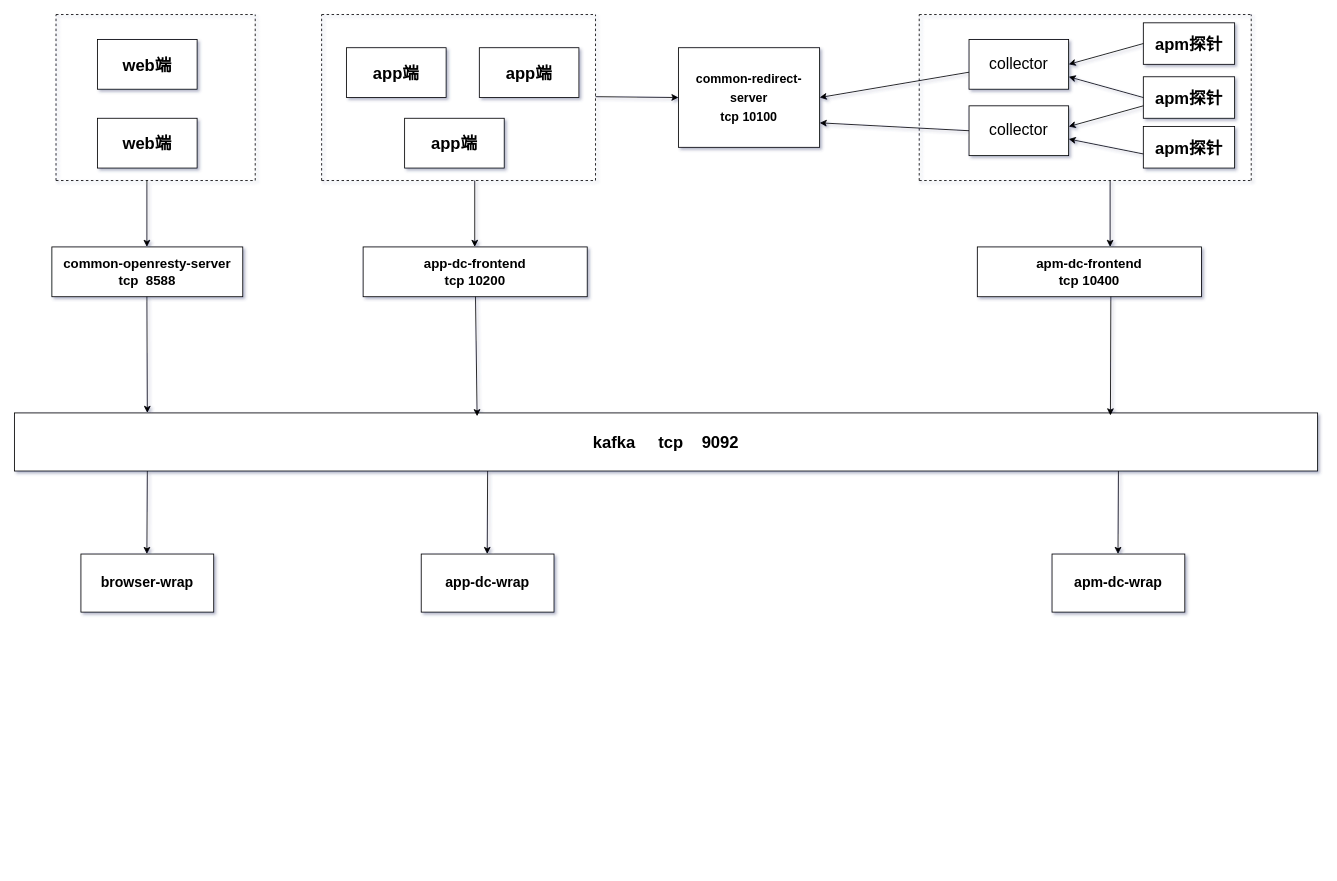
zeng0550/free-programming-books keeps this draw.io diagram as 未命名绘图.drawio. Above is the earlier version. Source tidied: cells renumbered, new cells numbered last; positions are measured from the earlier drawing's top-left corner, leaving out a move shared by most shapes. Both pictures are drawn from the tidied source at 83%, with x=0, y=0 at pixel (14, 14).
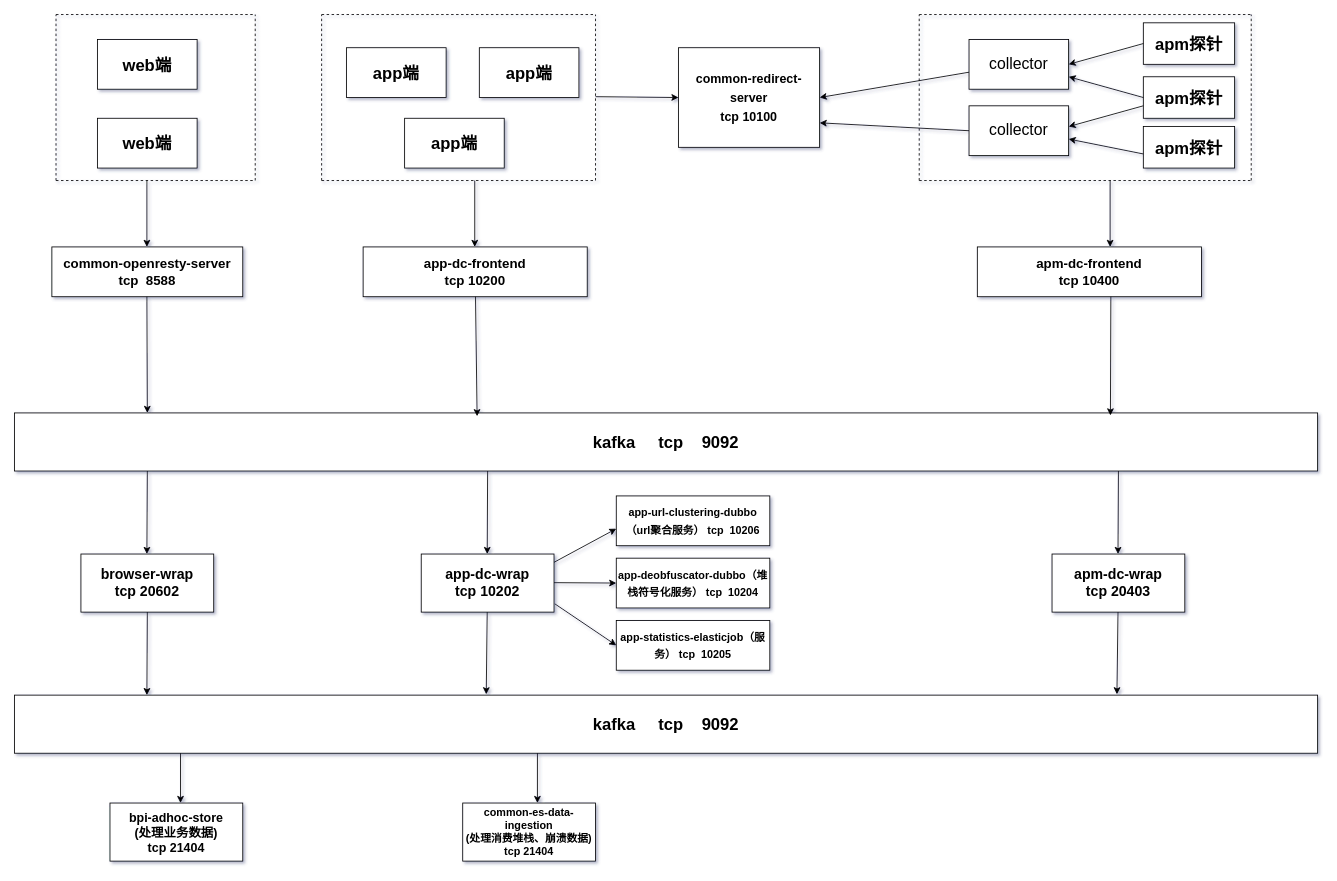
After the change.

What changed in the source:
```diff
@@
-    <mxCell id="42" value="&lt;font style=&quot;font-size: 17px&quot;&gt;&lt;b&gt;browser-wrap&lt;/b&gt;&lt;/font&gt;" style="rounded=0;whiteSpace=wrap;html=1;" parent="1" vertex="1">
+    <mxCell id="42" value="&lt;font style=&quot;font-size: 17px&quot;&gt;&lt;b&gt;browser-wrap&lt;br&gt;tcp 20602&lt;br&gt;&lt;/b&gt;&lt;/font&gt;" style="rounded=0;whiteSpace=wrap;html=1;" parent="1" vertex="1">
       <mxGeometry x="80" y="650" width="160" height="70" as="geometry" />
     </mxCell>
@@
-    <mxCell id="44" value="&lt;font style=&quot;font-size: 17px&quot;&gt;&lt;b&gt;app-dc-wrap&lt;/b&gt;&lt;/font&gt;" style="rounded=0;whiteSpace=wrap;html=1;" parent="1" vertex="1">
+    <mxCell id="44" value="&lt;font style=&quot;font-size: 17px&quot;&gt;&lt;b&gt;app-dc-wrap&lt;br&gt;tcp 10202&lt;br&gt;&lt;/b&gt;&lt;/font&gt;" style="rounded=0;whiteSpace=wrap;html=1;" parent="1" vertex="1">
       <mxGeometry x="490" y="650" width="160" height="70" as="geometry" />
     </mxCell>
@@
-    <mxCell id="46" value="&lt;font style=&quot;font-size: 17px&quot;&gt;&lt;b&gt;apm-dc-wrap&lt;/b&gt;&lt;/font&gt;" style="rounded=0;whiteSpace=wrap;html=1;" parent="1" vertex="1">
+    <mxCell id="46" value="&lt;font style=&quot;font-size: 17px&quot;&gt;&lt;b&gt;apm-dc-wrap&lt;br&gt;tcp 20403&lt;br&gt;&lt;/b&gt;&lt;/font&gt;" style="rounded=0;whiteSpace=wrap;html=1;" parent="1" vertex="1">
       <mxGeometry x="1250" y="650" width="160" height="70" as="geometry" />
     </mxCell>
@@
+    <mxCell id="48" value="&lt;b&gt;kafka&amp;nbsp; &amp;nbsp; &amp;nbsp;tcp&amp;nbsp; &amp;nbsp; 9092&lt;/b&gt;" style="rounded=0;whiteSpace=wrap;html=1;fontSize=20;" parent="1" vertex="1">
+      <mxGeometry y="820" width="1570" height="70" as="geometry" />
+    </mxCell>
+    <mxCell id="49" value="&lt;b&gt;&lt;font style=&quot;font-size: 13px&quot;&gt;app-url-clustering-dubbo（url聚合服务） tcp&amp;nbsp; 10206&lt;/font&gt;&lt;/b&gt;" style="rounded=0;whiteSpace=wrap;html=1;fontSize=17;" parent="1" vertex="1">
+      <mxGeometry x="725" y="580" width="185" height="60" as="geometry" />
+    </mxCell>
+    <mxCell id="50" value="&lt;font&gt;&lt;span style=&quot;font-size: 13px&quot;&gt;&lt;b&gt;app-deobfuscator-dubbo（堆栈符号化服务） tcp&amp;nbsp; 10204&lt;/b&gt;&lt;/span&gt;&lt;/font&gt;" style="rounded=0;whiteSpace=wrap;html=1;fontSize=17;" parent="1" vertex="1">
+      <mxGeometry x="725" y="655" width="185" height="60" as="geometry" />
+    </mxCell>
+    <mxCell id="51" value="&lt;font&gt;&lt;span style=&quot;font-size: 13px&quot;&gt;&lt;b&gt;app-statistics-elasticjob&lt;/b&gt;&lt;/span&gt;&lt;b style=&quot;font-size: 13px&quot;&gt;（服务） tcp&amp;nbsp; 10205&lt;/b&gt;&lt;/font&gt;" style="rounded=0;whiteSpace=wrap;html=1;fontSize=17;" parent="1" vertex="1">
+      <mxGeometry x="725" y="730" width="185" height="60" as="geometry" />
+    </mxCell>
+    <mxCell id="52" style="endArrow=classic;html=1;rounded=0;fontSize=13;" parent="1" edge="1">
+      <mxGeometry relative="1" as="geometry">
+        <mxPoint x="650" y="660" as="sourcePoint" />
+        <mxPoint x="725" y="619.5" as="targetPoint" />
+      </mxGeometry>
+    </mxCell>
+    <mxCell id="53" style="endArrow=classic;html=1;rounded=0;fontSize=13;exitX=1.006;exitY=0.857;exitDx=0;exitDy=0;exitPerimeter=0;entryX=0;entryY=0.5;entryDx=0;entryDy=0;" parent="1" edge="1" source="44" target="51">
+      <mxGeometry relative="1" as="geometry" />
+    </mxCell>
+    <mxCell id="54" style="endArrow=classic;html=1;rounded=0;fontSize=13;exitX=1.006;exitY=0.857;exitDx=0;exitDy=0;exitPerimeter=0;entryX=0;entryY=0.5;entryDx=0;entryDy=0;" parent="1" edge="1" target="50">
+      <mxGeometry relative="1" as="geometry">
+        <mxPoint x="650" y="684.5" as="sourcePoint" />
+      </mxGeometry>
+    </mxCell>
+    <mxCell id="55" style="endArrow=classic;html=1;rounded=0;fontSize=13;entryX=0.362;entryY=-0.014;entryDx=0;entryDy=0;entryPerimeter=0;" parent="1" edge="1" target="48">
+      <mxGeometry relative="1" as="geometry">
+        <mxPoint x="569.5" y="720" as="sourcePoint" />
+      </mxGeometry>
+    </mxCell>
+    <mxCell id="56" style="endArrow=classic;html=1;rounded=0;fontSize=13;entryX=0.846;entryY=-0.014;entryDx=0;entryDy=0;entryPerimeter=0;" parent="1" edge="1" target="48">
+      <mxGeometry relative="1" as="geometry">
+        <mxPoint x="1329.5" y="720" as="sourcePoint" />
+      </mxGeometry>
+    </mxCell>
+    <mxCell id="57" style="endArrow=classic;html=1;rounded=0;fontSize=17;" parent="1" edge="1">
+      <mxGeometry relative="1" as="geometry">
+        <mxPoint x="160" y="720" as="sourcePoint" />
+        <mxPoint x="159.5" y="820" as="targetPoint" />
+      </mxGeometry>
+    </mxCell>
+    <mxCell id="58" value="&lt;font style=&quot;font-size: 15px&quot;&gt;&lt;span&gt;&lt;b&gt;bpi-adhoc-store&lt;/b&gt;&lt;/span&gt;&lt;br&gt;&lt;b&gt;(处理业务数据)&lt;br&gt;tcp 21404&lt;/b&gt;&lt;br&gt;&lt;/font&gt;" style="rounded=0;whiteSpace=wrap;html=1;" parent="1" vertex="1">
+      <mxGeometry x="115" y="950" width="160" height="70" as="geometry" />
+    </mxCell>
+    <mxCell id="59" style="endArrow=classic;html=1;rounded=0;fontSize=17;" parent="1" edge="1">
+      <mxGeometry relative="1" as="geometry">
+        <mxPoint x="200" y="890" as="sourcePoint" />
+        <mxPoint x="200" y="950" as="targetPoint" />
+      </mxGeometry>
+    </mxCell>
+    <mxCell id="60" value="&lt;font style=&quot;font-size: 13px&quot;&gt;&lt;span&gt;&lt;b&gt;common-es-data-ingestion&lt;/b&gt;&lt;/span&gt;&lt;br&gt;&lt;b&gt;(处理消费堆栈、崩溃数据)&lt;br&gt;tcp 21404&lt;/b&gt;&lt;br&gt;&lt;/font&gt;" style="rounded=0;whiteSpace=wrap;html=1;" parent="1" vertex="1">
+      <mxGeometry x="540" y="950" width="160" height="70" as="geometry" />
+    </mxCell>
+    <mxCell id="61" style="endArrow=classic;html=1;rounded=0;fontSize=17;" parent="1" edge="1">
+      <mxGeometry relative="1" as="geometry">
+        <mxPoint x="630" y="890" as="sourcePoint" />
+        <mxPoint x="630" y="950" as="targetPoint" />
+      </mxGeometry>
+    </mxCell>
```
